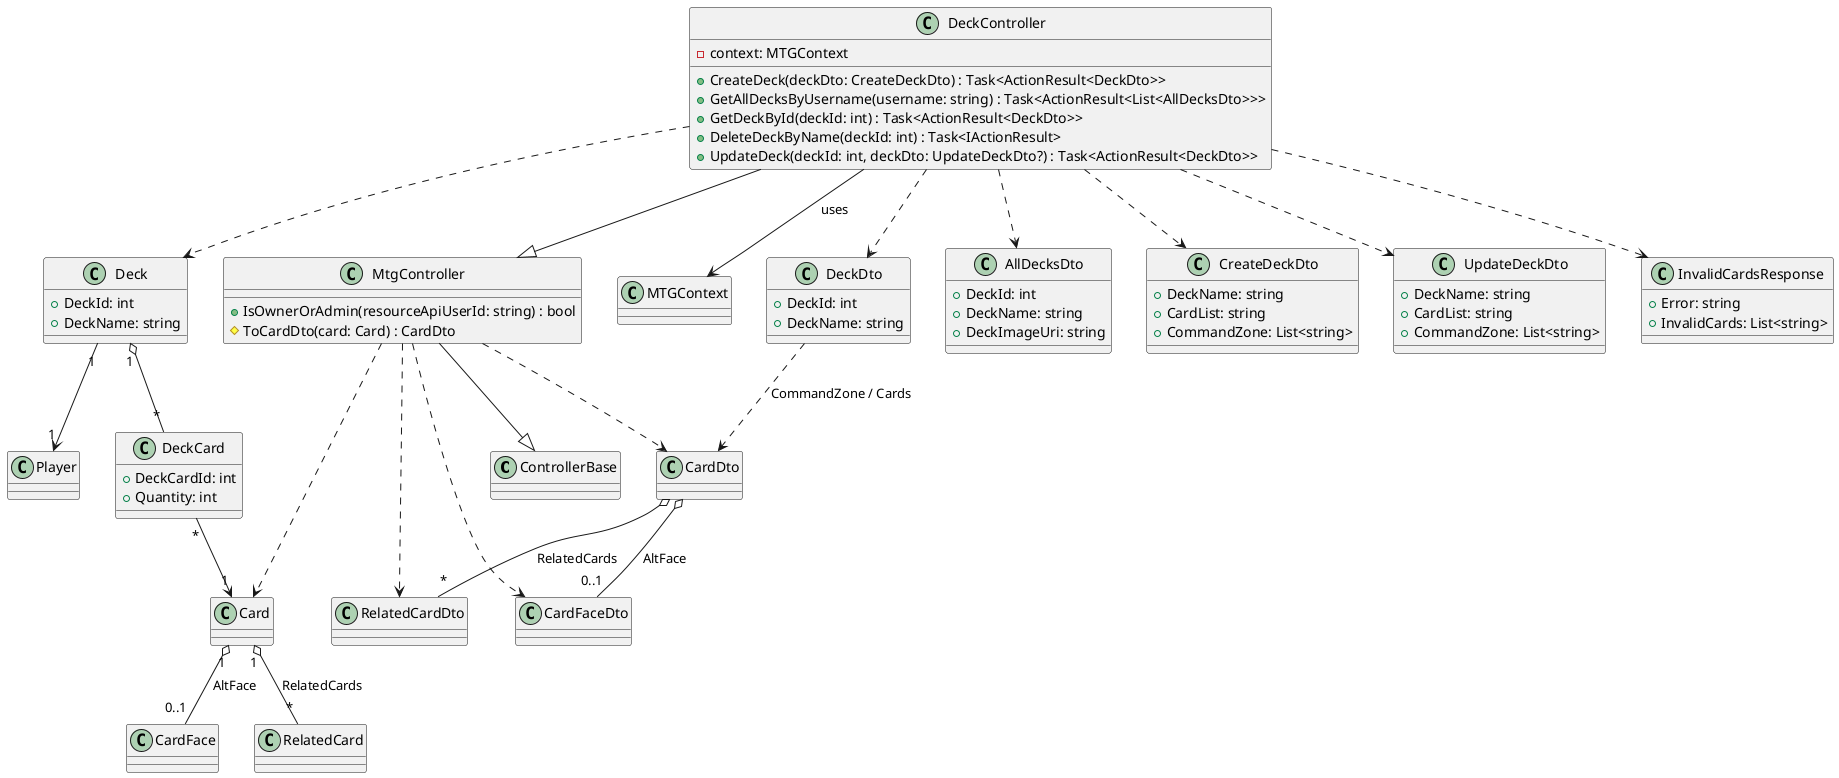
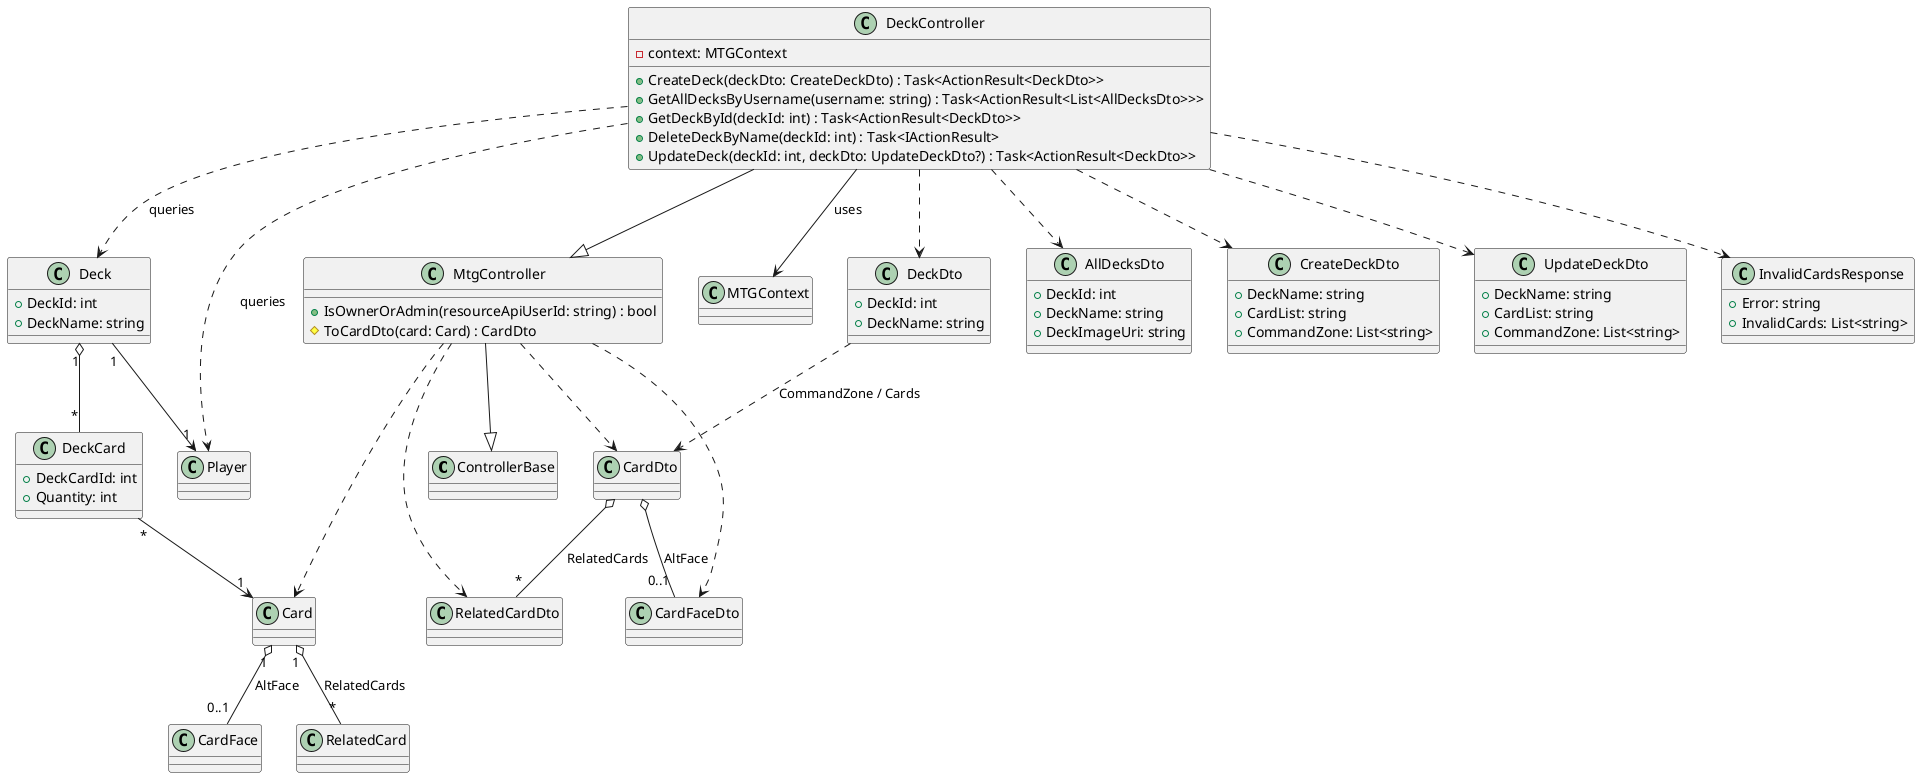
@startuml

class ControllerBase
class MTGContext

class MtgController {
    + IsOwnerOrAdmin(resourceApiUserId: string) : bool
    # ToCardDto(card: Card) : CardDto
}

class DeckController {
    - context: MTGContext
    + CreateDeck(deckDto: CreateDeckDto) : Task<ActionResult<DeckDto>>
    + GetAllDecksByUsername(username: string) : Task<ActionResult<List<AllDecksDto>>>
    + GetDeckById(deckId: int) : Task<ActionResult<DeckDto>>
    + DeleteDeckByName(deckId: int) : Task<IActionResult>
    + UpdateDeck(deckId: int, deckDto: UpdateDeckDto?) : Task<ActionResult<DeckDto>>
}

DeckController --|> MtgController
MtgController --|> ControllerBase
DeckController --> MTGContext : uses

class Deck {
    + DeckId: int
    + DeckName: string
}

class DeckCard {
    + DeckCardId: int
    + Quantity: int
}

class Card
class Player
class CardFace
class RelatedCard

Deck "1" o-- "*" DeckCard
Deck "1" --> "1" Player
DeckCard "*" --> "1" Card
Card "1" o-- "0..1" CardFace : AltFace
Card "1" o-- "*" RelatedCard : RelatedCards

class DeckDto {
    + DeckId: int
    + DeckName: string
}

class AllDecksDto {
    + DeckId: int
    + DeckName: string
    + DeckImageUri: string
}

class CreateDeckDto {
    + DeckName: string
    + CardList: string
    + CommandZone: List<string>
}

class UpdateDeckDto {
    + DeckName: string
    + CardList: string
    + CommandZone: List<string>
}

class InvalidCardsResponse {
    + Error: string
    + InvalidCards: List<string>
}

class CardDto
class CardFaceDto
class RelatedCardDto

CardDto o-- "0..1" CardFaceDto : AltFace
CardDto o-- "*" RelatedCardDto : RelatedCards

DeckDto ..> CardDto : CommandZone / Cards

DeckController ..> DeckDto
DeckController ..> AllDecksDto
DeckController ..> CreateDeckDto
DeckController ..> UpdateDeckDto
DeckController ..> InvalidCardsResponse

- DeckController ..> Deck
+ DeckController ..> Deck : queries
+ DeckController ..> Player : queries

MtgController ..> Card
MtgController ..> CardDto
MtgController ..> CardFaceDto
MtgController ..> RelatedCardDto

@enduml